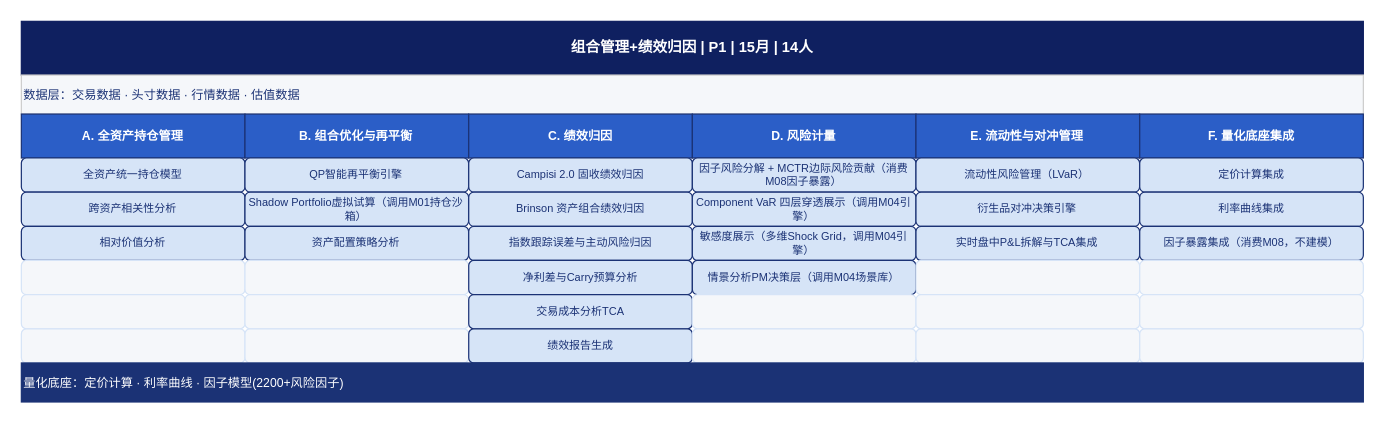
BellyFish99/ficc-projDocs keeps this draw.io diagram as Feasibility_analysis/drawio/detail_07_组合管理+绩效归因.drawio. Above is the earlier version. Source tidied: cells renumbered, new cells numbered last; positions are measured from the earlier drawing's top-left corner, leaving out a move shared by most shapes. Both pictures are drawn from the tidied source at 122%, with x=0, y=0 at pixel (21, 21).
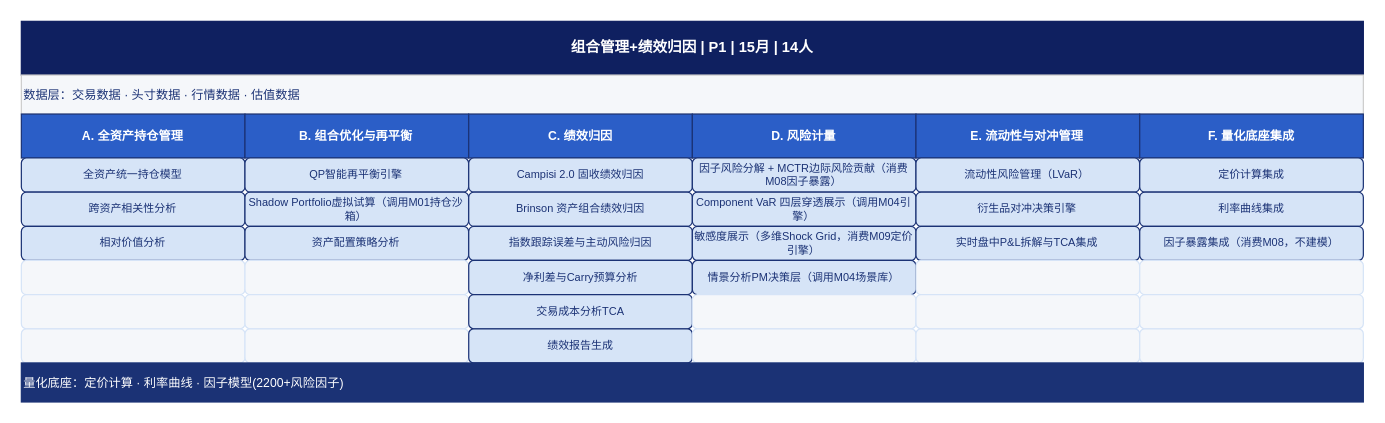
Above is the later version.

Diff of the diagram source:
```diff
@@
-    <mxCell id="25" value="敏感度展示（多维Shock Grid，调用M04引擎）" style="rounded=1;whiteSpace=wrap;html=1;fillColor=#D6E4F7;fontColor=#1B3275;strokeColor=#1B3275;fontSize=9;align=center;verticalAlign=middle;" parent="1" vertex="1">
+    <mxCell id="25" value="敏感度展示（多维Shock Grid，消费M09定价引擎）" style="rounded=1;whiteSpace=wrap;html=1;fillColor=#D6E4F7;fontColor=#1B3275;strokeColor=#1B3275;fontSize=9;align=center;verticalAlign=middle;" parent="1" vertex="1">
       <mxGeometry x="550" y="168" width="183.3" height="28" as="geometry" />
     </mxCell>
```
